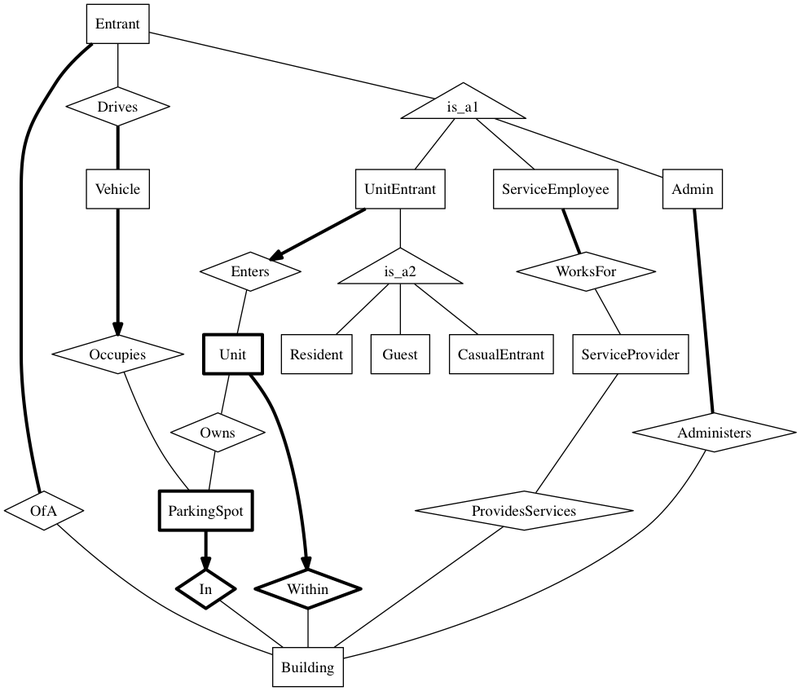
mgouzenko/-bms keeps this Graphviz diagram as er_diagram/er.png. Above is the earlier version. Its source is kept beside it as er_diagram/er.dot.
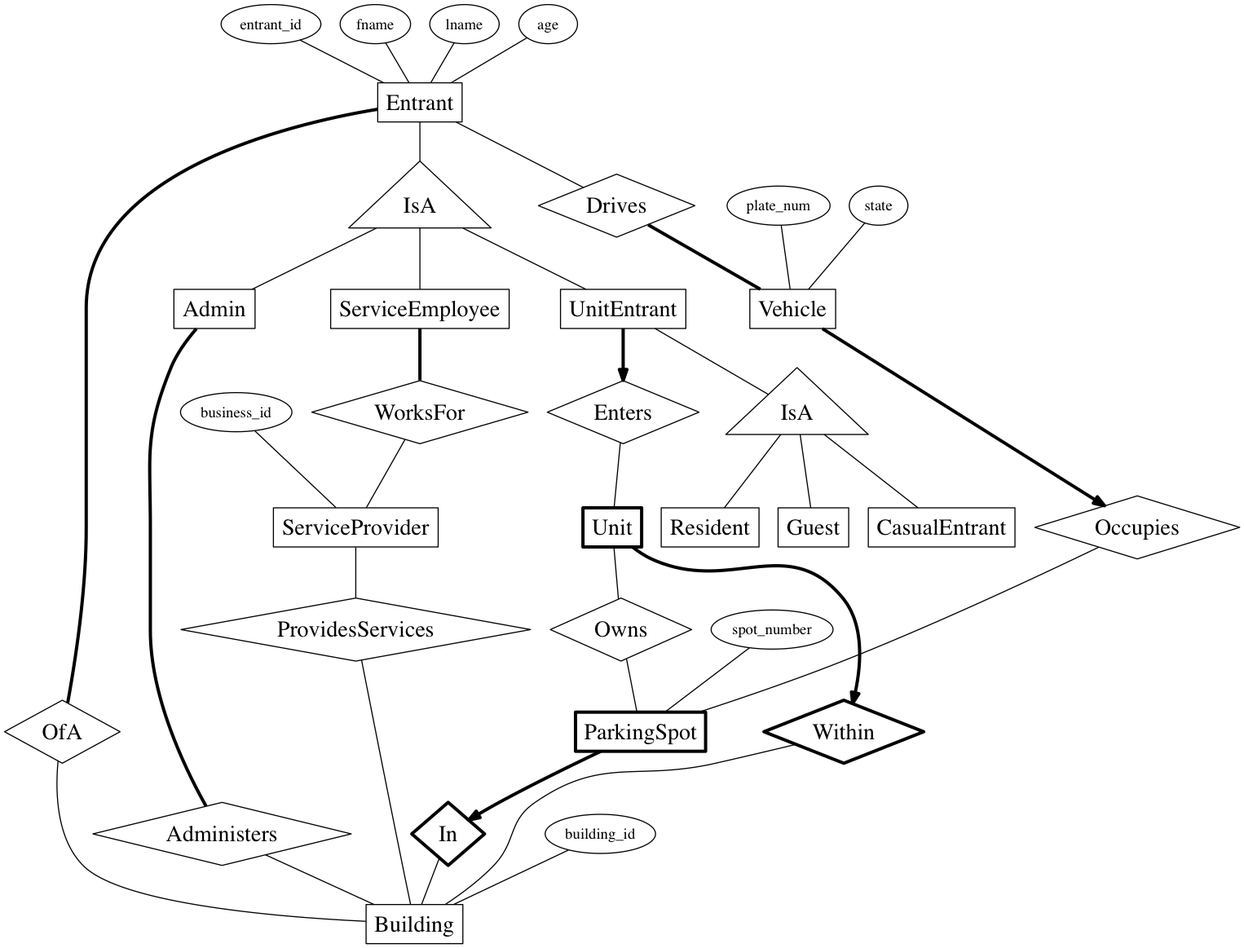
Later version of the same file.

The edit, as a diff of the source:
```diff
@@ -1,49 +1,61 @@
 digraph ERDiagram{
 	{
-		node[shape=diamond]
-		Owns
-		WorksFor
-		Drives
-		Occupies
-		OfA
-		Enters
+		node[fontsize=21]
 		{
-			node[penwidth=3]
-			Within
-			In
+			node[shape=diamond]
+			Owns
+			WorksFor
+			Drives
+			Occupies
+			OfA
+			Enters
+			{
+				node[penwidth=3]
+				Within
+				In
+			}
+			Administers
+			ProvidesServices
 		}
-		Administers
-		ProvidesServices
-	}
 
-	{
-		node[shape=rectangle]
 		{
-			node[penwidth=3]
-			Unit
-			ParkingSpot
+			node[shape=rectangle]
+			{
+				node[penwidth=3]
+				Unit
+				ParkingSpot
+			}
+			UnitEntrant
+			Building
+			Admin
+			Entrant
+			Vehicle
+			ServiceProvider
+			ServiceEmployee
+			Guest
+			CasualEntrant
+			Resident
 		}
-		UnitEntrant
-		Building
-		Admin
-		Entrant
-		Vehicle
-		ServiceProvider
-		ServiceEmployee
-		Guest
-		CasualEntrant
-		Resident
-	}
 
-	{
-		node[shape=triangle]
-		is_a1
-		is_a2
+		{
+			node[shape=triangle]
+			{node[label=IsA] is_a1}
+			{node[label=IsA] is_a2}
+		}
 	}
 
 
 	{
 		edge[arrowtail=none, arrowhead=none]
+		entrant_id->Entrant
+		fname->Entrant
+		lname->Entrant
+		age->Entrant
+		state->Vehicle
+		plate_num->Vehicle
+		spot_number->ParkingSpot
+		building_id->Building
+		business_id->ServiceProvider
 		Entrant->is_a1->{rank=same; Admin, UnitEntrant, ServiceEmployee}
 		UnitEntrant->is_a2->{rank=same; Guest, CasualEntrant, Resident}
 		Entrant->Drives
```
